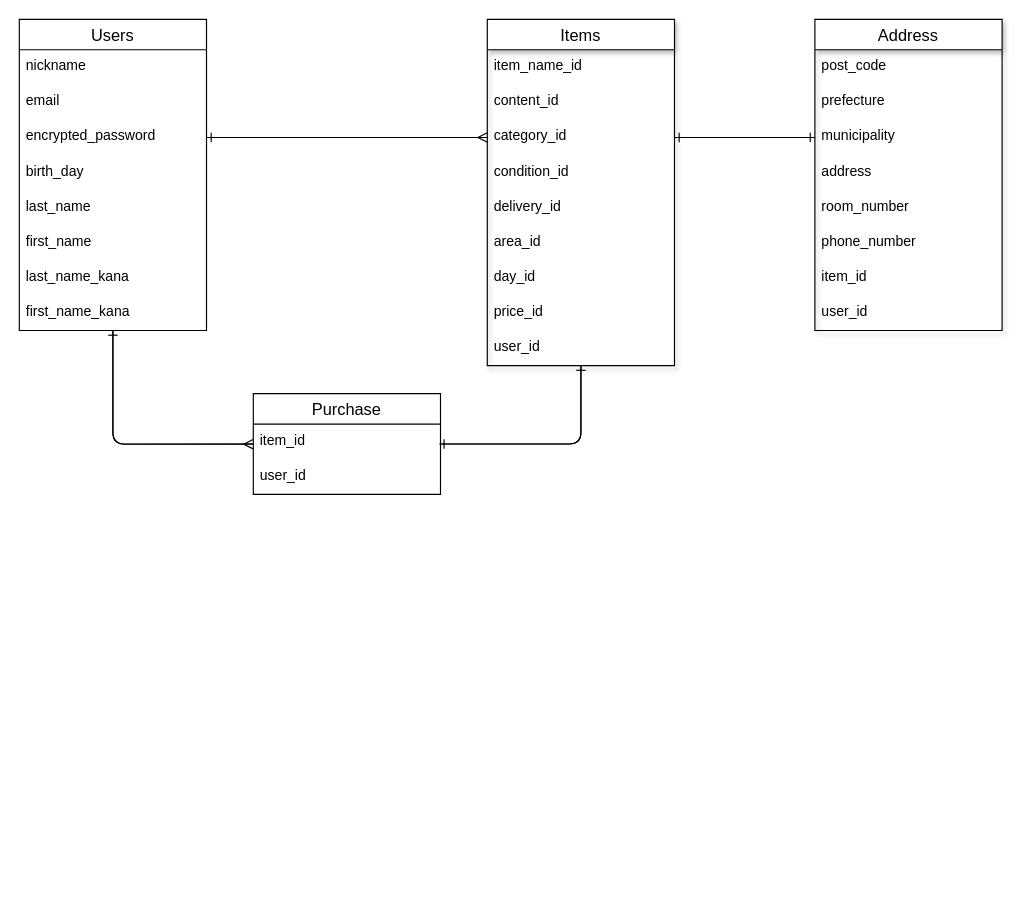
Before: ER.dio in tamagokakepiza/furima-36859, a draw.io diagram. Source tidied: cells renumbered, new cells numbered last; positions are measured from the earlier drawing's top-left corner, leaving out a move shared by most shapes. Both pictures are drawn from the tidied source at 117%, with x=0, y=0 at pixel (19, 19).
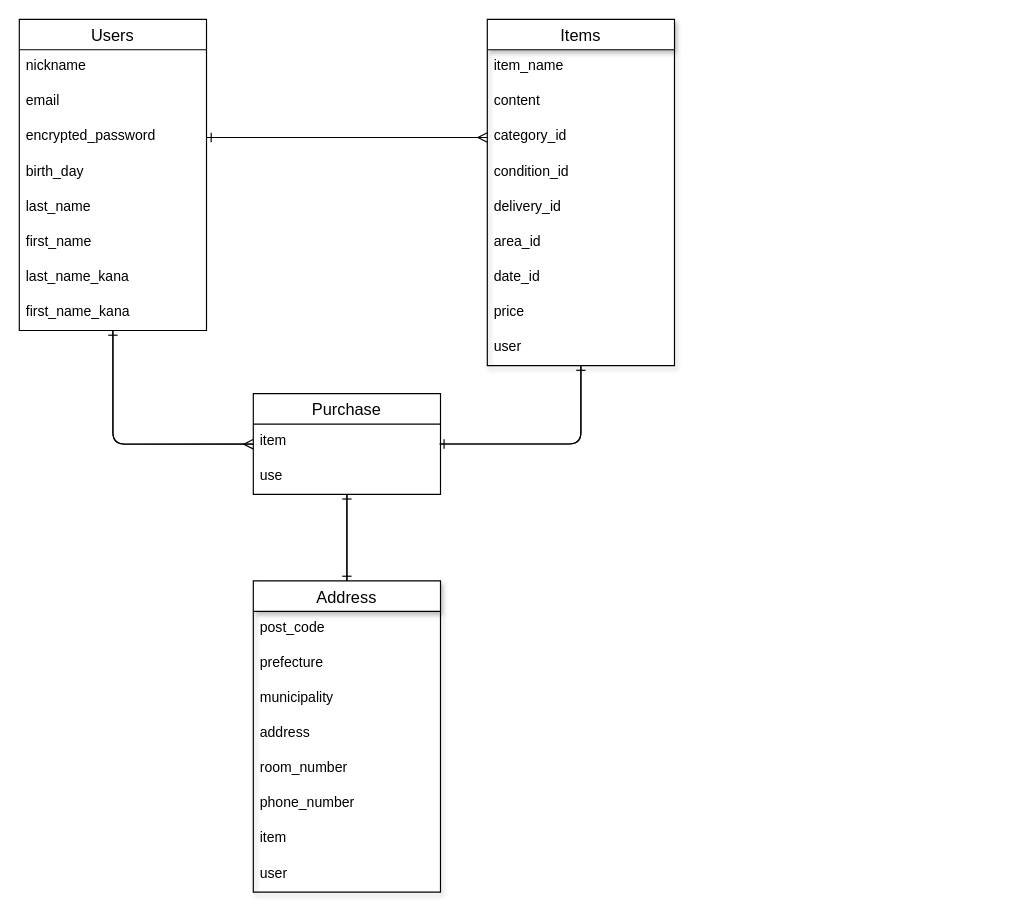
After the change.

Commit message (it also covers changes not shown here):
データベース設計のレビューからの再度修正

Unchanged cells that the change refers to:
```xml
<mxCell id="15" value="municipality" style="text;strokeColor=none;fillColor=none;spacingLeft=4;spacingRight=4;overflow=hidden;points=[[0,0.5],[1,0.5]];portConstraint=eastwest;fontSize=12;rounded=0;shadow=1;" parent="12" vertex="1">
  <mxGeometry y="86" width="160" height="30" as="geometry" />
</mxCell>
<mxCell id="22" value="Items" style="swimlane;fontStyle=0;horizontal=1;startSize=26;align=center;fontSize=14;rounded=0;shadow=1;" parent="1" vertex="1">
  <mxGeometry x="400" width="160" height="296" as="geometry" />
</mxCell>
<mxCell id="25" value="category_id" style="text;strokeColor=none;fillColor=none;spacingLeft=4;spacingRight=4;overflow=hidden;points=[[0,0.5],[1,0.5]];portConstraint=eastwest;fontSize=12;rounded=0;shadow=1;" parent="22" vertex="1">
  <mxGeometry y="86" width="160" height="30" as="geometry" />
</mxCell>
<mxCell id="36" value="Purchase" style="swimlane;fontStyle=0;horizontal=1;startSize=26;align=center;fontSize=14;" parent="1" vertex="1">
  <mxGeometry x="200" y="320" width="160" height="86" as="geometry" />
</mxCell>
```

Diff of the diagram source:
```diff
@@
+    <mxCell id="41" style="edgeStyle=orthogonalEdgeStyle;html=1;endArrow=ERone;endFill=0;" parent="1" edge="1" source="12" target="36">
+      <mxGeometry relative="1" as="geometry" />
+    </mxCell>
     <mxCell id="12" value="Address" style="swimlane;fontStyle=0;horizontal=1;startSize=26;align=center;fontSize=14;rounded=0;shadow=1;" parent="1" vertex="1">
-      <mxGeometry x="680" width="160" height="266" as="geometry" />
+      <mxGeometry x="200" y="480" width="160" height="266" as="geometry" />
     </mxCell>
@@
-    <mxCell id="19" value="item_id" style="text;strokeColor=none;fillColor=none;spacingLeft=4;spacingRight=4;overflow=hidden;fontSize=12;" parent="12" vertex="1">
+    <mxCell id="19" value="item" style="text;strokeColor=none;fillColor=none;spacingLeft=4;spacingRight=4;overflow=hidden;fontSize=12;" parent="12" vertex="1">
       <mxGeometry y="206" width="160" height="30" as="geometry" />
     </mxCell>
-    <mxCell id="20" value="user_id" style="text;strokeColor=none;fillColor=none;spacingLeft=4;spacingRight=4;overflow=hidden;fontSize=12;" parent="12" vertex="1">
+    <mxCell id="20" value="user" style="text;strokeColor=none;fillColor=none;spacingLeft=4;spacingRight=4;overflow=hidden;fontSize=12;" parent="12" vertex="1">
       <mxGeometry y="236" width="160" height="30" as="geometry" />
     </mxCell>
@@
-    <mxCell id="23" value="item_name_id" style="text;strokeColor=none;fillColor=none;spacingLeft=4;spacingRight=4;overflow=hidden;fontSize=12;" parent="22" vertex="1">
+    <mxCell id="23" value="item_name" style="text;strokeColor=none;fillColor=none;spacingLeft=4;spacingRight=4;overflow=hidden;fontSize=12;" parent="22" vertex="1">
       <mxGeometry y="26" width="160" height="30" as="geometry" />
     </mxCell>
-    <mxCell id="24" value="content_id" style="text;strokeColor=none;fillColor=none;spacingLeft=4;spacingRight=4;overflow=hidden;fontSize=12;" parent="22" vertex="1">
+    <mxCell id="24" value="content" style="text;strokeColor=none;fillColor=none;spacingLeft=4;spacingRight=4;overflow=hidden;fontSize=12;" parent="22" vertex="1">
       <mxGeometry y="56" width="160" height="30" as="geometry" />
     </mxCell>
@@
-    <mxCell id="29" value="day_id" style="text;strokeColor=none;fillColor=none;spacingLeft=4;spacingRight=4;overflow=hidden;fontSize=12;rounded=0;shadow=1;" parent="22" vertex="1">
+    <mxCell id="29" value="date_id" style="text;strokeColor=none;fillColor=none;spacingLeft=4;spacingRight=4;overflow=hidden;fontSize=12;rounded=0;shadow=1;" parent="22" vertex="1">
       <mxGeometry y="206" width="160" height="30" as="geometry" />
     </mxCell>
-    <mxCell id="30" value="price_id" style="text;strokeColor=none;fillColor=none;spacingLeft=4;spacingRight=4;overflow=hidden;fontSize=12;rounded=0;shadow=1;" parent="22" vertex="1">
+    <mxCell id="30" value="price" style="text;strokeColor=none;fillColor=none;spacingLeft=4;spacingRight=4;overflow=hidden;fontSize=12;rounded=0;shadow=1;" parent="22" vertex="1">
       <mxGeometry y="236" width="160" height="30" as="geometry" />
     </mxCell>
-    <mxCell id="31" value="user_id" style="text;strokeColor=none;fillColor=none;spacingLeft=4;spacingRight=4;overflow=hidden;fontSize=12;" parent="22" vertex="1">
+    <mxCell id="31" value="user" style="text;strokeColor=none;fillColor=none;spacingLeft=4;spacingRight=4;overflow=hidden;fontSize=12;" parent="22" vertex="1">
       <mxGeometry y="266" width="160" height="30" as="geometry" />
     </mxCell>
@@
+    <mxCell id="42" style="edgeStyle=orthogonalEdgeStyle;html=1;endArrow=ERone;endFill=0;" parent="1" edge="1" source="36" target="12">
+      <mxGeometry relative="1" as="geometry" />
+    </mxCell>
@@
-    <mxCell id="37" value="item_id" style="text;strokeColor=none;fillColor=none;spacingLeft=4;spacingRight=4;overflow=hidden;points=[[0,0.5],[1,0.5]];portConstraint=eastwest;fontSize=12;" parent="36" vertex="1">
+    <mxCell id="37" value="item" style="text;strokeColor=none;fillColor=none;spacingLeft=4;spacingRight=4;overflow=hidden;points=[[0,0.5],[1,0.5]];portConstraint=eastwest;fontSize=12;" parent="36" vertex="1">
       <mxGeometry y="26" width="160" height="30" as="geometry" />
     </mxCell>
-    <mxCell id="38" value="user_id" style="text;strokeColor=none;fillColor=none;spacingLeft=4;spacingRight=4;overflow=hidden;fontSize=12;" parent="36" vertex="1">
+    <mxCell id="38" value="use" style="text;strokeColor=none;fillColor=none;spacingLeft=4;spacingRight=4;overflow=hidden;fontSize=12;" parent="36" vertex="1">
       <mxGeometry y="56" width="160" height="30" as="geometry" />
     </mxCell>
-    <mxCell id="39" style="edgeStyle=orthogonalEdgeStyle;html=1;endArrow=ERone;endFill=0;" parent="1" edge="1" source="25" target="15">
-      <mxGeometry relative="1" as="geometry" />
-    </mxCell>
-    <mxCell id="40" style="edgeStyle=orthogonalEdgeStyle;html=1;endArrow=ERone;endFill=0;" parent="1" edge="1" source="15" target="25">
-      <mxGeometry relative="1" as="geometry" />
-    </mxCell>
```
